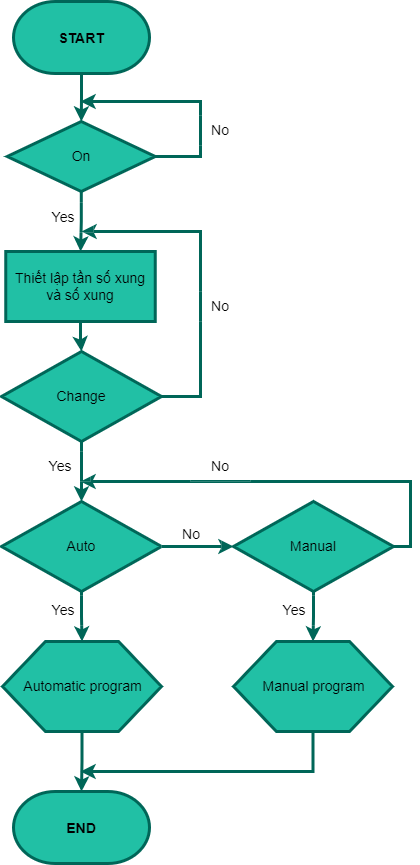
Before: main.png, a diagram exported from draw.io (nguyentienkhoa050401/mon-hoc). Source tidied: cells renumbered, new cells last; positions are measured from the earlier drawing's top-left corner, leaving out a move shared by most shapes.
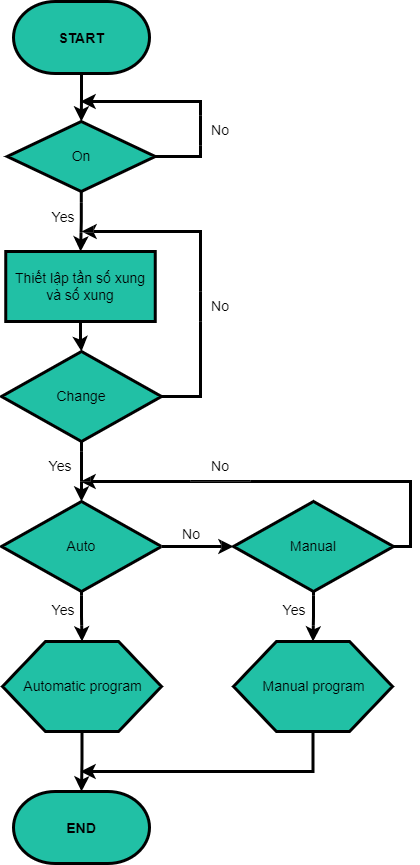
Above is the later version.

Commit message:
Cập nhật main.png

The edit, as a diff of the source:
```diff
@@ -2,16 +2,16 @@
   <root>
     <mxCell id="0" />
     <mxCell id="1" parent="0" />
-    <mxCell id="2" style="edgeStyle=orthogonalEdgeStyle;rounded=0;jettySize=auto;html=1;fontSize=14;fontColor=#000000;strokeColor=#006658;strokeWidth=3;" parent="1" edge="1" source="3" target="23">
+    <mxCell id="2" style="edgeStyle=orthogonalEdgeStyle;rounded=0;jettySize=auto;html=1;fontSize=14;fontColor=#000000;strokeColor=#000000;strokeWidth=3;" parent="1" edge="1" source="3" target="23">
       <mxGeometry relative="1" as="geometry" />
     </mxCell>
-    <mxCell id="3" value="&lt;b&gt;&lt;font style=&quot;font-size: 14px;&quot;&gt;START&lt;/font&gt;&lt;/b&gt;" style="fontSize=16;zwfType=basicShape;strokeWidth=3;html=1;shape=mxgraph.flowchart.terminator;whiteSpace=wrap;fillColor=#21C0A5;strokeColor=#006658;fontColor=#000000;" parent="1" vertex="1">
+    <mxCell id="3" value="&lt;b&gt;&lt;font style=&quot;font-size: 14px;&quot;&gt;START&lt;/font&gt;&lt;/b&gt;" style="fontSize=16;zwfType=basicShape;strokeWidth=3;html=1;shape=mxgraph.flowchart.terminator;whiteSpace=wrap;fillColor=#21C0A5;strokeColor=#000000;fontColor=#000000;" parent="1" vertex="1">
       <mxGeometry x="12" width="136" height="72" as="geometry" />
     </mxCell>
-    <mxCell id="4" style="edgeStyle=orthogonalEdgeStyle;rounded=0;jettySize=auto;html=1;fontSize=14;fontColor=#000000;strokeColor=#006658;strokeWidth=3;" parent="1" edge="1" source="6" target="14">
+    <mxCell id="4" style="edgeStyle=orthogonalEdgeStyle;rounded=0;jettySize=auto;html=1;fontSize=14;fontColor=#000000;strokeColor=#000000;strokeWidth=3;" parent="1" edge="1" source="6" target="14">
       <mxGeometry relative="1" as="geometry" />
     </mxCell>
-    <mxCell id="5" style="edgeStyle=orthogonalEdgeStyle;rounded=0;jettySize=auto;html=1;fontSize=14;fontColor=#000000;strokeColor=#006658;strokeWidth=3;" parent="1" edge="1" source="6">
+    <mxCell id="5" style="edgeStyle=orthogonalEdgeStyle;rounded=0;jettySize=auto;html=1;fontSize=14;fontColor=#000000;strokeColor=#000000;strokeWidth=3;" parent="1" edge="1" source="6">
       <mxGeometry relative="1" as="geometry">
         <mxPoint x="79" y="480" as="targetPoint" />
         <Array as="points">
@@ -20,28 +20,28 @@
         </Array>
       </mxGeometry>
     </mxCell>
-    <mxCell id="6" value="Manual" style="fontSize=14;spacingLeft=10;spacingRight=10;zwfType=basicShape;strokeWidth=3;rhombus;whiteSpace=wrap;html=1;fillColor=#21C0A5;strokeColor=#006658;fontColor=#000000;" parent="1" vertex="1">
+    <mxCell id="6" value="Manual" style="fontSize=14;spacingLeft=10;spacingRight=10;zwfType=basicShape;strokeWidth=3;rhombus;whiteSpace=wrap;html=1;fillColor=#21C0A5;strokeColor=#000000;fontColor=#000000;" parent="1" vertex="1">
       <mxGeometry x="232" y="500" width="160" height="90" as="geometry" />
     </mxCell>
-    <mxCell id="7" value="&lt;b&gt;&lt;font style=&quot;font-size: 14px;&quot;&gt;END&lt;/font&gt;&lt;/b&gt;" style="fontSize=16;zwfType=basicShape;strokeWidth=3;html=1;shape=mxgraph.flowchart.terminator;whiteSpace=wrap;fillColor=#21C0A5;strokeColor=#006658;fontColor=#000000;" parent="1" vertex="1">
+    <mxCell id="7" value="&lt;b&gt;&lt;font style=&quot;font-size: 14px;&quot;&gt;END&lt;/font&gt;&lt;/b&gt;" style="fontSize=16;zwfType=basicShape;strokeWidth=3;html=1;shape=mxgraph.flowchart.terminator;whiteSpace=wrap;fillColor=#21C0A5;strokeColor=#000000;fontColor=#000000;" parent="1" vertex="1">
       <mxGeometry x="12" y="790" width="136" height="72" as="geometry" />
     </mxCell>
-    <mxCell id="8" style="edgeStyle=orthogonalEdgeStyle;rounded=0;jettySize=auto;html=1;fontSize=14;fontColor=#000000;strokeColor=#006658;strokeWidth=3;" parent="1" edge="1" source="9" target="7">
+    <mxCell id="8" style="edgeStyle=orthogonalEdgeStyle;rounded=0;jettySize=auto;html=1;fontSize=14;fontColor=#000000;strokeColor=#000000;strokeWidth=3;" parent="1" edge="1" source="9" target="7">
       <mxGeometry relative="1" as="geometry" />
     </mxCell>
-    <mxCell id="9" value="Automatic program" style="fontSize=14;spacingLeft=10;spacingRight=10;zwfType=basicShape;strokeWidth=3;html=1;shape=hexagon;perimeter=hexagonPerimeter2;arcSize=6;size=0.27;fillColor=#21C0A5;strokeColor=#006658;fontColor=#000000;" parent="1" vertex="1">
+    <mxCell id="9" value="Automatic program" style="fontSize=14;spacingLeft=10;spacingRight=10;zwfType=basicShape;strokeWidth=3;html=1;shape=hexagon;perimeter=hexagonPerimeter2;arcSize=6;size=0.27;fillColor=#21C0A5;strokeColor=#000000;fontColor=#000000;" parent="1" vertex="1">
       <mxGeometry x="1" y="640" width="159" height="90" as="geometry" />
     </mxCell>
-    <mxCell id="10" style="edgeStyle=orthogonalEdgeStyle;rounded=0;jettySize=auto;html=1;fontSize=14;fontColor=#000000;strokeColor=#006658;strokeWidth=3;" parent="1" edge="1" source="12" target="9">
+    <mxCell id="10" style="edgeStyle=orthogonalEdgeStyle;rounded=0;jettySize=auto;html=1;fontSize=14;fontColor=#000000;strokeColor=#000000;strokeWidth=3;" parent="1" edge="1" source="12" target="9">
       <mxGeometry relative="1" as="geometry" />
     </mxCell>
-    <mxCell id="11" style="edgeStyle=orthogonalEdgeStyle;rounded=0;jettySize=auto;html=1;fontSize=14;fontColor=#000000;strokeColor=#006658;strokeWidth=3;" parent="1" edge="1" source="12" target="6">
+    <mxCell id="11" style="edgeStyle=orthogonalEdgeStyle;rounded=0;jettySize=auto;html=1;fontSize=14;fontColor=#000000;strokeColor=#000000;strokeWidth=3;" parent="1" edge="1" source="12" target="6">
       <mxGeometry relative="1" as="geometry" />
     </mxCell>
-    <mxCell id="12" value="Auto" style="fontSize=14;spacingLeft=10;spacingRight=10;zwfType=basicShape;strokeWidth=3;rhombus;whiteSpace=wrap;html=1;fontStyle=0;fillColor=#21C0A5;strokeColor=#006658;fontColor=#000000;" parent="1" vertex="1">
+    <mxCell id="12" value="Auto" style="fontSize=14;spacingLeft=10;spacingRight=10;zwfType=basicShape;strokeWidth=3;rhombus;whiteSpace=wrap;html=1;fontStyle=0;fillColor=#21C0A5;strokeColor=#000000;fontColor=#000000;" parent="1" vertex="1">
       <mxGeometry y="500" width="160" height="90" as="geometry" />
     </mxCell>
-    <mxCell id="13" style="edgeStyle=orthogonalEdgeStyle;rounded=0;jettySize=auto;html=1;fontSize=14;fontColor=#000000;strokeColor=#006658;strokeWidth=3;" parent="1" edge="1" source="14">
+    <mxCell id="13" style="edgeStyle=orthogonalEdgeStyle;rounded=0;jettySize=auto;html=1;fontSize=14;fontColor=#000000;strokeColor=#000000;strokeWidth=3;" parent="1" edge="1" source="14">
       <mxGeometry relative="1" as="geometry">
         <mxPoint x="79" y="770" as="targetPoint" />
         <Array as="points">
@@ -49,19 +49,19 @@
         </Array>
       </mxGeometry>
     </mxCell>
-    <mxCell id="14" value="Manual program" style="fontSize=14;spacingLeft=10;spacingRight=10;zwfType=basicShape;strokeWidth=3;html=1;shape=hexagon;perimeter=hexagonPerimeter2;arcSize=6;size=0.27;fillColor=#21C0A5;strokeColor=#006658;fontColor=#000000;" parent="1" vertex="1">
+    <mxCell id="14" value="Manual program" style="fontSize=14;spacingLeft=10;spacingRight=10;zwfType=basicShape;strokeWidth=3;html=1;shape=hexagon;perimeter=hexagonPerimeter2;arcSize=6;size=0.27;fillColor=#21C0A5;strokeColor=#000000;fontColor=#000000;" parent="1" vertex="1">
       <mxGeometry x="232" y="640" width="159" height="90" as="geometry" />
     </mxCell>
-    <mxCell id="15" style="edgeStyle=orthogonalEdgeStyle;rounded=0;jettySize=auto;html=1;fontSize=14;fontColor=#000000;strokeColor=#006658;strokeWidth=3;" parent="1" edge="1" source="16" target="19">
+    <mxCell id="15" style="edgeStyle=orthogonalEdgeStyle;rounded=0;jettySize=auto;html=1;fontSize=14;fontColor=#000000;strokeColor=#000000;strokeWidth=3;" parent="1" edge="1" source="16" target="19">
       <mxGeometry relative="1" as="geometry" />
     </mxCell>
-    <mxCell id="16" value="&lt;span style=&quot;font-size: 14px;&quot;&gt;Thiết lập tần số xung và số xung&lt;/span&gt;" style="rounded=0;whiteSpace=wrap;html=1;fontColor=#000000;fillStyle=solid;strokeColor=#006658;strokeWidth=3;fillColor=#21C0A5;" parent="1" vertex="1">
+    <mxCell id="16" value="&lt;span style=&quot;font-size: 14px;&quot;&gt;Thiết lập tần số xung và số xung&lt;/span&gt;" style="rounded=0;whiteSpace=wrap;html=1;fontColor=#000000;fillStyle=solid;strokeColor=#000000;strokeWidth=3;fillColor=#21C0A5;" parent="1" vertex="1">
       <mxGeometry x="4.2" y="250" width="149.5" height="70" as="geometry" />
     </mxCell>
-    <mxCell id="17" style="edgeStyle=orthogonalEdgeStyle;rounded=0;jettySize=auto;html=1;fontSize=14;fontColor=#000000;strokeColor=#006658;strokeWidth=3;" parent="1" edge="1" source="19" target="12">
+    <mxCell id="17" style="edgeStyle=orthogonalEdgeStyle;rounded=0;jettySize=auto;html=1;fontSize=14;fontColor=#000000;strokeColor=#000000;strokeWidth=3;" parent="1" edge="1" source="19" target="12">
       <mxGeometry relative="1" as="geometry" />
     </mxCell>
-    <mxCell id="18" style="edgeStyle=orthogonalEdgeStyle;rounded=0;jettySize=auto;html=1;fontSize=14;fontColor=#000000;strokeColor=#006658;strokeWidth=3;" parent="1" edge="1" source="19">
+    <mxCell id="18" style="edgeStyle=orthogonalEdgeStyle;rounded=0;jettySize=auto;html=1;fontSize=14;fontColor=#000000;strokeColor=#000000;strokeWidth=3;" parent="1" edge="1" source="19">
       <mxGeometry relative="1" as="geometry">
         <mxPoint x="80" y="230" as="targetPoint" />
         <Array as="points">
@@ -70,16 +70,16 @@
         </Array>
       </mxGeometry>
     </mxCell>
-    <mxCell id="19" value="Change" style="fontSize=14;spacingLeft=10;spacingRight=10;zwfType=basicShape;strokeWidth=3;rhombus;whiteSpace=wrap;html=1;fontStyle=0;fillColor=#21C0A5;strokeColor=#006658;fontColor=#000000;" parent="1" vertex="1">
+    <mxCell id="19" value="Change" style="fontSize=14;spacingLeft=10;spacingRight=10;zwfType=basicShape;strokeWidth=3;rhombus;whiteSpace=wrap;html=1;fontStyle=0;fillColor=#21C0A5;strokeColor=#000000;fontColor=#000000;" parent="1" vertex="1">
       <mxGeometry y="350" width="160" height="90" as="geometry" />
     </mxCell>
     <mxCell id="20" value="No" style="text;html=1;strokeColor=#FFFFFF;fillColor=none;align=center;verticalAlign=middle;whiteSpace=wrap;rounded=0;fillStyle=solid;strokeWidth=0;fontSize=14;fontColor=#000000;" parent="1" vertex="1">
       <mxGeometry x="189" y="290" width="60" height="30" as="geometry" />
     </mxCell>
-    <mxCell id="21" style="edgeStyle=orthogonalEdgeStyle;rounded=0;jettySize=auto;html=1;fontSize=14;fontColor=#000000;strokeColor=#006658;strokeWidth=3;" parent="1" edge="1" source="23" target="16">
+    <mxCell id="21" style="edgeStyle=orthogonalEdgeStyle;rounded=0;jettySize=auto;html=1;fontSize=14;fontColor=#000000;strokeColor=#000000;strokeWidth=3;" parent="1" edge="1" source="23" target="16">
       <mxGeometry relative="1" as="geometry" />
     </mxCell>
-    <mxCell id="22" style="edgeStyle=orthogonalEdgeStyle;rounded=0;jettySize=auto;html=1;fontSize=14;fontColor=#000000;strokeColor=#006658;strokeWidth=3;" parent="1" edge="1" source="23">
+    <mxCell id="22" style="edgeStyle=orthogonalEdgeStyle;rounded=0;jettySize=auto;html=1;fontSize=14;fontColor=#000000;strokeColor=#000000;strokeWidth=3;" parent="1" edge="1" source="23">
       <mxGeometry relative="1" as="geometry">
         <mxPoint x="79" y="100" as="targetPoint" />
         <Array as="points">
@@ -88,7 +88,7 @@
         </Array>
       </mxGeometry>
     </mxCell>
-    <mxCell id="23" value="On" style="fontSize=14;spacingLeft=10;spacingRight=10;zwfType=basicShape;strokeWidth=3;rhombus;whiteSpace=wrap;html=1;fontStyle=0;fillColor=#21C0A5;strokeColor=#006658;fontColor=#000000;" parent="1" vertex="1">
+    <mxCell id="23" value="On" style="fontSize=14;spacingLeft=10;spacingRight=10;zwfType=basicShape;strokeWidth=3;rhombus;whiteSpace=wrap;html=1;fontStyle=0;fillColor=#21C0A5;strokeColor=#000000;fontColor=#000000;" parent="1" vertex="1">
       <mxGeometry x="5.8" y="120" width="148" height="70" as="geometry" />
     </mxCell>
     <mxCell id="24" value="No" style="text;html=1;strokeColor=#FFFFFF;fillColor=none;align=center;verticalAlign=middle;whiteSpace=wrap;rounded=0;fillStyle=solid;strokeWidth=0;fontSize=14;fontColor=#000000;" parent="1" vertex="1">
```
